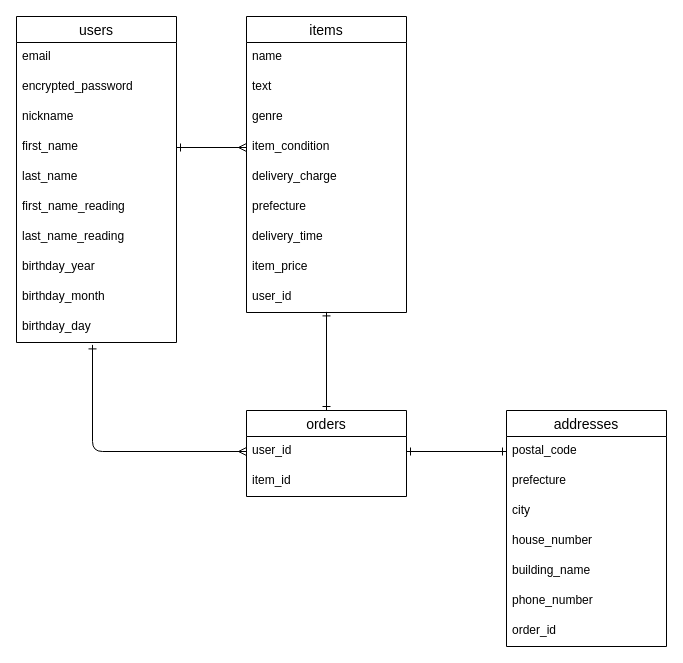
Earlier version of the draw.io diagram test.dio (fushigikabu/furima-38354). Source tidied: cells renumbered, new cells numbered last; positions are measured from the earlier drawing's top-left corner, leaving out a move shared by most shapes. Both pictures are drawn from the tidied source at 100%, with x=0, y=0 at pixel (16, 16).
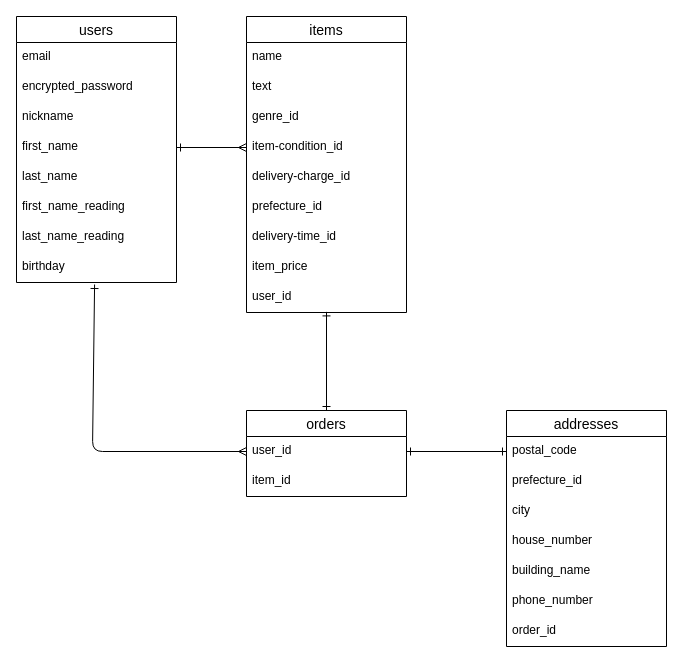
Above is the later version.

The change refers to these unchanged cells:
```xml
<mxCell id="13" value="items" style="swimlane;fontStyle=0;horizontal=1;startSize=26;align=center;fontSize=14;" parent="1" vertex="1">
  <mxGeometry x="230" width="160" height="296" as="geometry" />
</mxCell>
<mxCell id="25" value="user_id" style="text;strokeColor=none;fillColor=none;spacingLeft=4;spacingRight=4;overflow=hidden;points=[[0,0.5],[1,0.5]];portConstraint=eastwest;fontSize=12;" parent="24" vertex="1">
  <mxGeometry y="26" width="160" height="30" as="geometry" />
</mxCell>
<mxCell id="29" value="addresses" style="swimlane;fontStyle=0;horizontal=1;startSize=26;align=center;fontSize=14;" parent="1" vertex="1">
  <mxGeometry x="490" y="394" width="160" height="236" as="geometry" />
</mxCell>
```

The edit, as a diff of the source:
```diff
@@
     <mxCell id="2" value="users" style="swimlane;fontStyle=0;horizontal=1;startSize=26;align=center;fontSize=14;" parent="1" vertex="1">
-      <mxGeometry width="160" height="326" as="geometry" />
+      <mxGeometry width="160" height="266" as="geometry" />
     </mxCell>
@@
-    <mxCell id="10" value="birthday_year" style="text;strokeColor=none;fillColor=none;spacingLeft=4;spacingRight=4;overflow=hidden;points=[[0,0.5],[1,0.5]];portConstraint=eastwest;fontSize=12;" parent="2" vertex="1">
+    <mxCell id="10" value="birthday" style="text;strokeColor=none;fillColor=none;spacingLeft=4;spacingRight=4;overflow=hidden;points=[[0,0.5],[1,0.5]];portConstraint=eastwest;fontSize=12;" parent="2" vertex="1">
       <mxGeometry y="236" width="160" height="30" as="geometry" />
     </mxCell>
-    <mxCell id="11" value="birthday_month" style="text;strokeColor=none;fillColor=none;spacingLeft=4;spacingRight=4;overflow=hidden;fontSize=12;" parent="2" vertex="1">
-      <mxGeometry y="266" width="160" height="30" as="geometry" />
-    </mxCell>
-    <mxCell id="12" value="birthday_day" style="text;strokeColor=none;fillColor=none;spacingLeft=4;spacingRight=4;overflow=hidden;points=[[0,0.5],[1,0.5]];portConstraint=eastwest;fontSize=12;" parent="2" vertex="1">
-      <mxGeometry y="296" width="160" height="30" as="geometry" />
-    </mxCell>
@@
-    <mxCell id="16" value="genre" style="text;strokeColor=none;fillColor=none;spacingLeft=4;spacingRight=4;overflow=hidden;fontSize=12;" parent="13" vertex="1">
+    <mxCell id="16" value="genre_id" style="text;strokeColor=none;fillColor=none;spacingLeft=4;spacingRight=4;overflow=hidden;fontSize=12;" parent="13" vertex="1">
       <mxGeometry y="86" width="160" height="30" as="geometry" />
     </mxCell>
-    <mxCell id="17" value="item_condition" style="text;strokeColor=none;fillColor=none;spacingLeft=4;spacingRight=4;overflow=hidden;points=[[0,0.5],[1,0.5]];portConstraint=eastwest;fontSize=12;" parent="13" vertex="1">
+    <mxCell id="17" value="item-condition_id" style="text;strokeColor=none;fillColor=none;spacingLeft=4;spacingRight=4;overflow=hidden;points=[[0,0.5],[1,0.5]];portConstraint=eastwest;fontSize=12;" parent="13" vertex="1">
       <mxGeometry y="116" width="160" height="30" as="geometry" />
     </mxCell>
-    <mxCell id="18" value="delivery_charge" style="text;strokeColor=none;fillColor=none;spacingLeft=4;spacingRight=4;overflow=hidden;fontSize=12;" parent="13" vertex="1">
+    <mxCell id="18" value="delivery-charge_id" style="text;strokeColor=none;fillColor=none;spacingLeft=4;spacingRight=4;overflow=hidden;fontSize=12;" parent="13" vertex="1">
       <mxGeometry y="146" width="160" height="30" as="geometry" />
     </mxCell>
-    <mxCell id="19" value="prefecture" style="text;strokeColor=none;fillColor=none;spacingLeft=4;spacingRight=4;overflow=hidden;fontSize=12;" parent="13" vertex="1">
+    <mxCell id="19" value="prefecture_id" style="text;strokeColor=none;fillColor=none;spacingLeft=4;spacingRight=4;overflow=hidden;fontSize=12;" parent="13" vertex="1">
       <mxGeometry y="176" width="160" height="30" as="geometry" />
     </mxCell>
-    <mxCell id="20" value="delivery_time" style="text;strokeColor=none;fillColor=none;spacingLeft=4;spacingRight=4;overflow=hidden;fontSize=12;" parent="13" vertex="1">
+    <mxCell id="20" value="delivery-time_id" style="text;strokeColor=none;fillColor=none;spacingLeft=4;spacingRight=4;overflow=hidden;fontSize=12;" parent="13" vertex="1">
       <mxGeometry y="206" width="160" height="30" as="geometry" />
     </mxCell>
@@
-    <mxCell id="27" style="edgeStyle=none;html=1;exitX=0.475;exitY=1.08;exitDx=0;exitDy=0;entryX=0;entryY=0.5;entryDx=0;entryDy=0;startArrow=ERone;startFill=0;endArrow=ERmany;endFill=0;targetPerimeterSpacing=0;strokeColor=default;strokeWidth=1;exitPerimeter=0;" parent="1" edge="1" source="12" target="25">
+    <mxCell id="27" style="edgeStyle=none;html=1;entryX=0;entryY=0.5;entryDx=0;entryDy=0;startArrow=ERone;startFill=0;endArrow=ERmany;endFill=0;targetPerimeterSpacing=0;strokeColor=default;strokeWidth=1;exitX=0.488;exitY=1.067;exitDx=0;exitDy=0;exitPerimeter=0;" parent="1" edge="1" source="10" target="25">
       <mxGeometry relative="1" as="geometry">
         <Array as="points">
           <mxPoint x="76" y="435" />
         </Array>
       </mxGeometry>
     </mxCell>
@@
-    <mxCell id="31" value="prefecture" style="text;strokeColor=none;fillColor=none;spacingLeft=4;spacingRight=4;overflow=hidden;fontSize=12;" parent="29" vertex="1">
+    <mxCell id="31" value="prefecture_id" style="text;strokeColor=none;fillColor=none;spacingLeft=4;spacingRight=4;overflow=hidden;fontSize=12;" parent="29" vertex="1">
       <mxGeometry y="56" width="160" height="30" as="geometry" />
     </mxCell>
```
